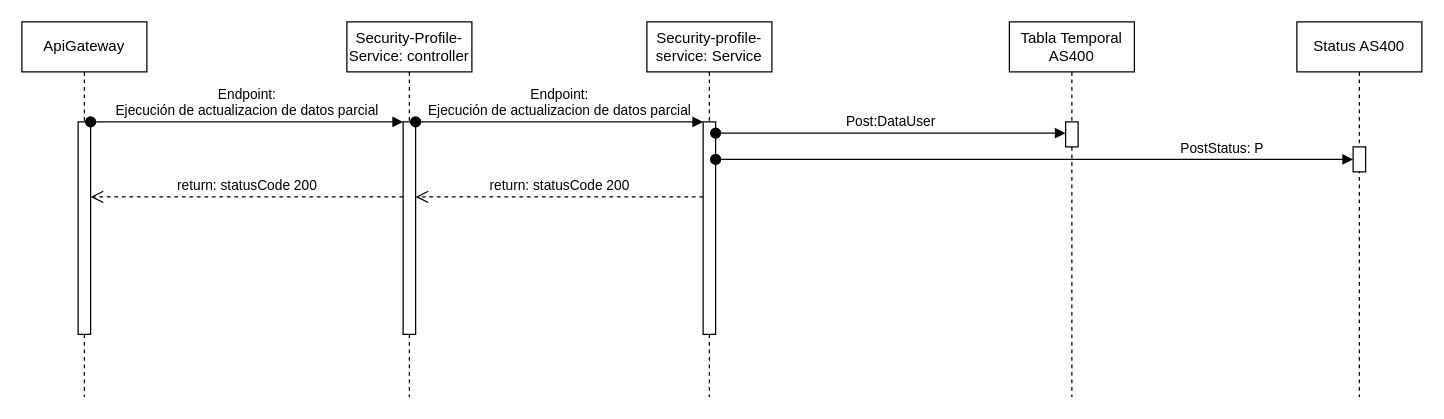
The draw.io diagram 7to endpoint - actu de datos.drawio in StevenGpByte/ActualizacionDatos, before the edit. Source tidied: cells renumbered, new cells numbered last; positions are measured from the earlier drawing's top-left corner, leaving out a move shared by most shapes. Both pictures are drawn from the tidied source at 125%, with x=0, y=0 at pixel (21, 21).
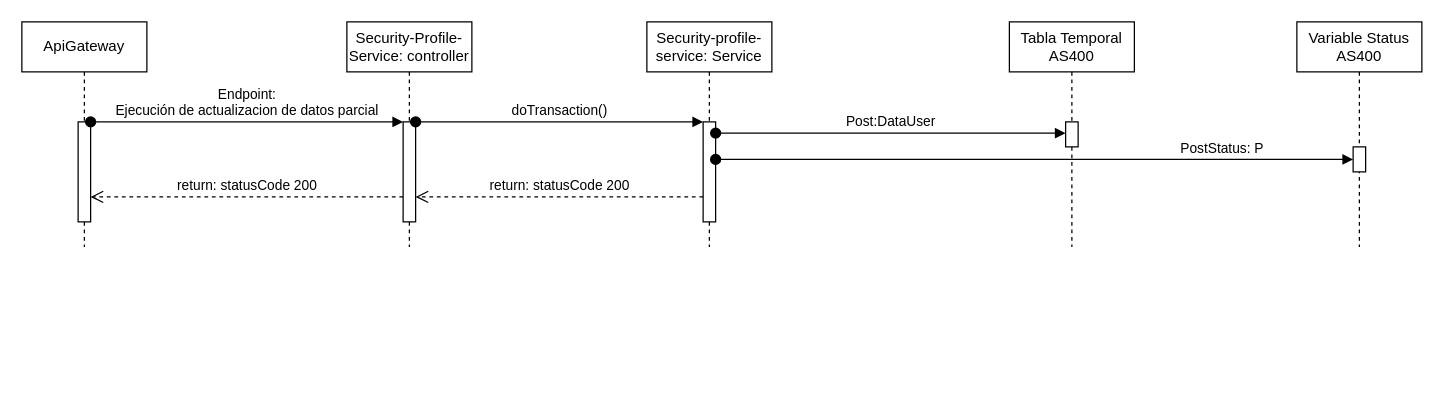
The same page after the edit.

Change to the diagram source:
```diff
@@
     <mxCell id="2" value="ApiGateway" style="shape=umlLifeline;perimeter=lifelinePerimeter;whiteSpace=wrap;html=1;newEdgeStyle={&quot;edgeStyle&quot;:&quot;elbowEdgeStyle&quot;,&quot;elbow&quot;:&quot;vertical&quot;,&quot;curved&quot;:0,&quot;rounded&quot;:0};" parent="1" vertex="1">
-      <mxGeometry width="100" height="300" as="geometry" />
+      <mxGeometry width="100" height="180" as="geometry" />
     </mxCell>
     <mxCell id="3" style="html=1;points=[];perimeter=orthogonalPerimeter;outlineConnect=0;targetShapes=umlLifeline;portConstraint=eastwest;newEdgeStyle={&quot;edgeStyle&quot;:&quot;elbowEdgeStyle&quot;,&quot;elbow&quot;:&quot;vertical&quot;,&quot;curved&quot;:0,&quot;rounded&quot;:0};" parent="2" vertex="1">
-      <mxGeometry x="45" y="80" width="10" height="170" as="geometry" />
+      <mxGeometry x="45" y="80" width="10" height="80" as="geometry" />
     </mxCell>
     <mxCell id="4" value="Security-Profile-Service: controller" style="shape=umlLifeline;perimeter=lifelinePerimeter;whiteSpace=wrap;html=1;newEdgeStyle={&quot;edgeStyle&quot;:&quot;elbowEdgeStyle&quot;,&quot;elbow&quot;:&quot;vertical&quot;,&quot;curved&quot;:0,&quot;rounded&quot;:0};" parent="1" vertex="1">
-      <mxGeometry x="260" width="100" height="300" as="geometry" />
+      <mxGeometry x="260" width="100" height="180" as="geometry" />
     </mxCell>
     <mxCell id="5" style="html=1;points=[];perimeter=orthogonalPerimeter;outlineConnect=0;targetShapes=umlLifeline;portConstraint=eastwest;newEdgeStyle={&quot;edgeStyle&quot;:&quot;elbowEdgeStyle&quot;,&quot;elbow&quot;:&quot;vertical&quot;,&quot;curved&quot;:0,&quot;rounded&quot;:0};" parent="4" vertex="1">
-      <mxGeometry x="45" y="80" width="10" height="170" as="geometry" />
+      <mxGeometry x="45" y="80" width="10" height="80" as="geometry" />
     </mxCell>
@@
     <mxCell id="7" value="Security-profile-service: Service" style="shape=umlLifeline;perimeter=lifelinePerimeter;whiteSpace=wrap;html=1;newEdgeStyle={&quot;edgeStyle&quot;:&quot;elbowEdgeStyle&quot;,&quot;elbow&quot;:&quot;vertical&quot;,&quot;curved&quot;:0,&quot;rounded&quot;:0};" parent="1" vertex="1">
-      <mxGeometry x="500" width="100" height="300" as="geometry" />
+      <mxGeometry x="500" width="100" height="180" as="geometry" />
     </mxCell>
     <mxCell id="8" style="html=1;points=[];perimeter=orthogonalPerimeter;outlineConnect=0;targetShapes=umlLifeline;portConstraint=eastwest;newEdgeStyle={&quot;edgeStyle&quot;:&quot;elbowEdgeStyle&quot;,&quot;elbow&quot;:&quot;vertical&quot;,&quot;curved&quot;:0,&quot;rounded&quot;:0};" parent="7" vertex="1">
-      <mxGeometry x="45" y="80" width="10" height="170" as="geometry" />
+      <mxGeometry x="45" y="80" width="10" height="80" as="geometry" />
     </mxCell>
     <mxCell id="9" value="Tabla Temporal AS400" style="shape=umlLifeline;perimeter=lifelinePerimeter;whiteSpace=wrap;html=1;newEdgeStyle={&quot;edgeStyle&quot;:&quot;elbowEdgeStyle&quot;,&quot;elbow&quot;:&quot;vertical&quot;,&quot;curved&quot;:0,&quot;rounded&quot;:0};" parent="1" vertex="1">
-      <mxGeometry x="790" width="100" height="300" as="geometry" />
+      <mxGeometry x="790" width="100" height="180" as="geometry" />
     </mxCell>
@@
-    <mxCell id="11" value="Status AS400" style="shape=umlLifeline;perimeter=lifelinePerimeter;whiteSpace=wrap;html=1;newEdgeStyle={&quot;edgeStyle&quot;:&quot;elbowEdgeStyle&quot;,&quot;elbow&quot;:&quot;vertical&quot;,&quot;curved&quot;:0,&quot;rounded&quot;:0};" parent="1" vertex="1">
-      <mxGeometry x="1020" width="100" height="300" as="geometry" />
+    <mxCell id="11" value="Variable Status AS400" style="shape=umlLifeline;perimeter=lifelinePerimeter;whiteSpace=wrap;html=1;newEdgeStyle={&quot;edgeStyle&quot;:&quot;elbowEdgeStyle&quot;,&quot;elbow&quot;:&quot;vertical&quot;,&quot;curved&quot;:0,&quot;rounded&quot;:0};" parent="1" vertex="1">
+      <mxGeometry x="1020" width="100" height="180" as="geometry" />
     </mxCell>
@@
-    <mxCell id="14" value="Endpoint:&lt;br&gt;Ejecución de actualizacion de datos parcial" style="html=1;verticalAlign=bottom;startArrow=oval;endArrow=block;startSize=8;edgeStyle=elbowEdgeStyle;elbow=vertical;curved=0;rounded=0;" parent="1" edge="1" source="5" target="8">
+    <mxCell id="14" value="doTransaction()" style="html=1;verticalAlign=bottom;startArrow=oval;endArrow=block;startSize=8;edgeStyle=elbowEdgeStyle;elbow=vertical;curved=0;rounded=0;" parent="1" edge="1" source="5" target="8">
       <mxGeometry relative="1" as="geometry">
         <Array as="points">
           <mxPoint x="500" y="80" />
           <mxPoint x="425" y="90" />
         </Array>
       </mxGeometry>
     </mxCell>
```
